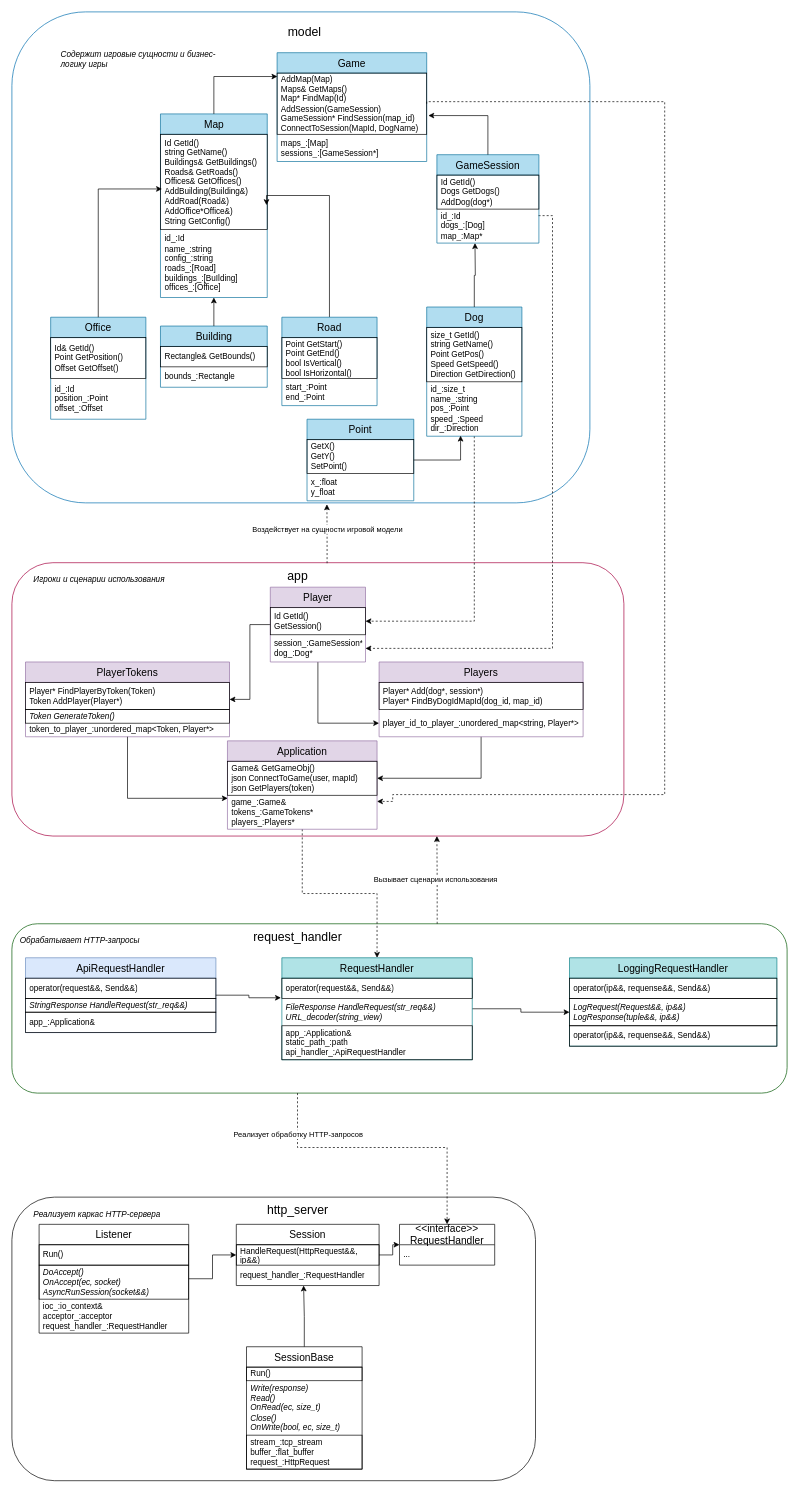
This is myGame.drawio from Lest152/useful_code, a draw.io file, before an edit. Source tidied: cells renumbered, new cells numbered last; positions are measured from the earlier drawing's top-left corner, leaving out a move shared by most shapes. Both pictures are drawn from the tidied source at 68%, with x=0, y=0 at pixel (12, 12).
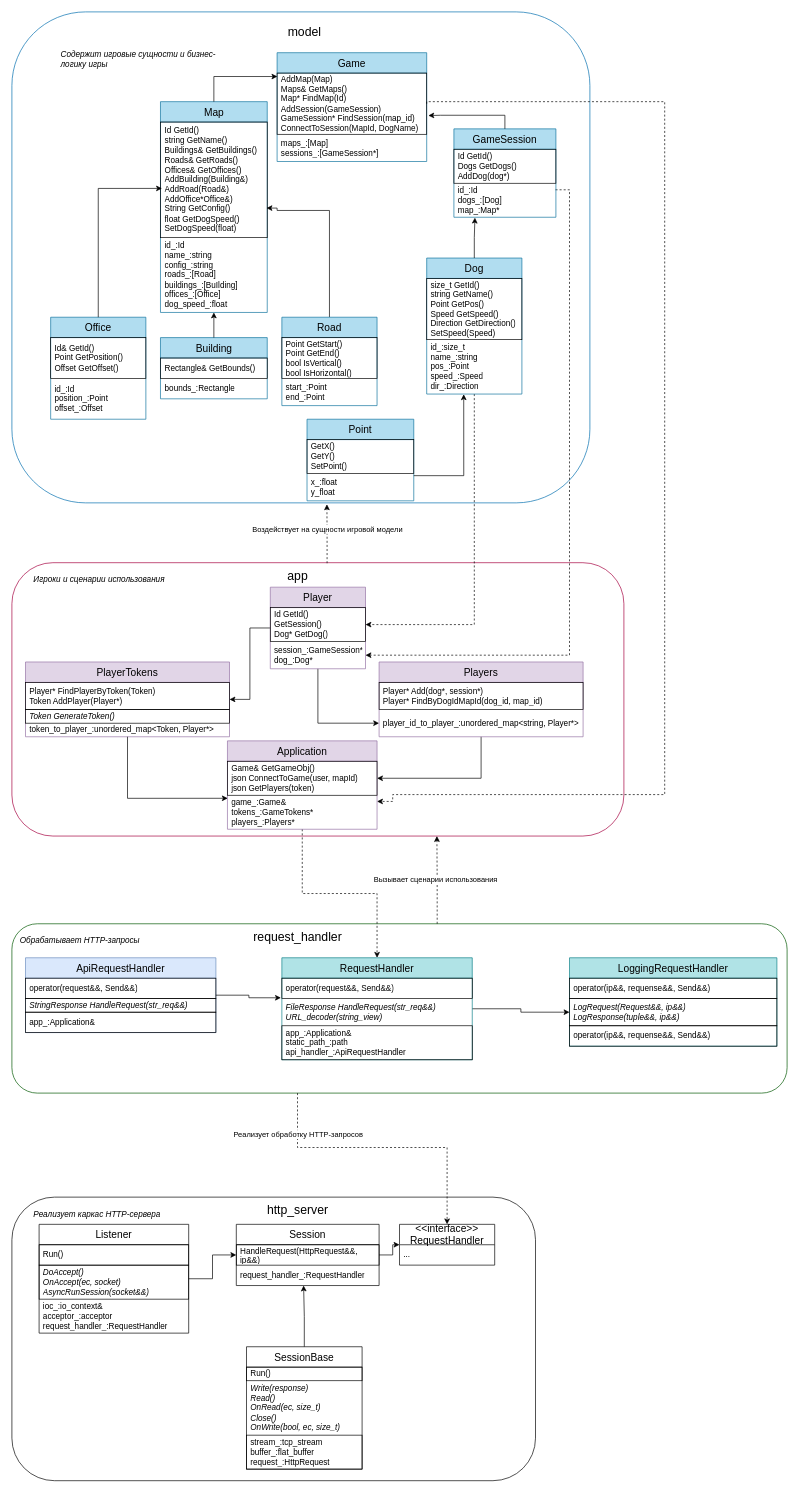
After the change.

The change refers to these unchanged cells:
```xml
<mxCell id="13" value="&lt;span&gt;id_:Id&lt;br&gt;dogs_:[Dog]&lt;br&gt;map_:Map*&lt;/span&gt;" style="text;strokeColor=none;fillColor=none;align=left;verticalAlign=middle;spacingLeft=4;spacingRight=4;overflow=hidden;points=[[0,0.5],[1,0.5]];portConstraint=eastwest;whiteSpace=wrap;html=1;fontStyle=0;" parent="11" vertex="1">
  <mxGeometry y="80" width="150" height="50" as="geometry" />
</mxCell>
<mxCell id="64" value="&lt;font style=&quot;font-size: 15px;&quot;&gt;Road&lt;/font&gt;" style="swimlane;fontStyle=0;horizontal=1;startSize=30;whiteSpace=wrap;html=1;fillColor=#b1ddf0;strokeColor=#10739e;" parent="1" vertex="1">
  <mxGeometry x="397" y="449" width="140" height="130" as="geometry" />
</mxCell>
<mxCell id="102" value="&lt;font style=&quot;font-size: 15px;&quot;&gt;Point&lt;/font&gt;" style="swimlane;fontStyle=0;horizontal=1;startSize=30;whiteSpace=wrap;html=1;fillColor=#b1ddf0;strokeColor=#10739e;" parent="1" vertex="1">
  <mxGeometry x="434" y="599" width="157" height="120" as="geometry" />
</mxCell>
```

The edit, as a diff of the source:
```diff
@@
     <mxCell id="7" value="&lt;font style=&quot;font-size: 15px;&quot;&gt;Map&lt;/font&gt;" style="swimlane;fontStyle=0;horizontal=1;startSize=30;whiteSpace=wrap;html=1;fillColor=#b1ddf0;strokeColor=#10739e;" parent="1" vertex="1">
-      <mxGeometry x="218.5" y="150" width="157" height="270" as="geometry" />
+      <mxGeometry x="218.5" y="132" width="157" height="310" as="geometry" />
     </mxCell>
-    <mxCell id="8" value="Id GetId()&lt;br&gt;string GetName()&lt;br&gt;Buildings&amp;amp; GetBuildings()&lt;br&gt;Roads&amp;amp; GetRoads()&lt;br&gt;Offices&amp;amp; GetOffices()&lt;br&gt;AddBuilding(Building&amp;amp;)&lt;br&gt;AddRoad(Road&amp;amp;)&lt;br&gt;AddOffice*Office&amp;amp;)&lt;br&gt;String GetConfig()" style="text;strokeColor=default;fillColor=none;align=left;verticalAlign=middle;spacingLeft=4;spacingRight=4;overflow=hidden;points=[[0,0.5],[1,0.5]];portConstraint=eastwest;whiteSpace=wrap;html=1;" parent="7" vertex="1">
-      <mxGeometry y="30" width="157" height="140" as="geometry" />
+    <mxCell id="8" value="Id GetId()&lt;br&gt;string GetName()&lt;br&gt;Buildings&amp;amp; GetBuildings()&lt;br&gt;Roads&amp;amp; GetRoads()&lt;br&gt;Offices&amp;amp; GetOffices()&lt;br&gt;AddBuilding(Building&amp;amp;)&lt;br&gt;AddRoad(Road&amp;amp;)&lt;br&gt;AddOffice*Office&amp;amp;)&lt;br&gt;String GetConfig()&lt;br&gt;float GetDogSpeed()&lt;br&gt;SetDogSpeed(float)" style="text;strokeColor=default;fillColor=none;align=left;verticalAlign=middle;spacingLeft=4;spacingRight=4;overflow=hidden;points=[[0,0.5],[1,0.5]];portConstraint=eastwest;whiteSpace=wrap;html=1;" parent="7" vertex="1">
+      <mxGeometry y="30" width="157" height="170" as="geometry" />
     </mxCell>
-    <mxCell id="9" value="id_:Id&lt;br&gt;name_:string&lt;br&gt;config_:string&lt;br&gt;roads_:[Road]&lt;br&gt;buildings_:[BuIlding]&lt;br&gt;offices_:[Office]" style="text;strokeColor=none;fillColor=none;align=left;verticalAlign=middle;spacingLeft=4;spacingRight=4;overflow=hidden;whiteSpace=wrap;html=1;" parent="7" vertex="1">
-      <mxGeometry y="170" width="157" height="100" as="geometry" />
+    <mxCell id="9" value="id_:Id&lt;br&gt;name_:string&lt;br&gt;config_:string&lt;br&gt;roads_:[Road]&lt;br&gt;buildings_:[BuIlding]&lt;br&gt;offices_:[Office]&lt;br&gt;dog_speed_:float" style="text;strokeColor=none;fillColor=none;align=left;verticalAlign=middle;spacingLeft=4;spacingRight=4;overflow=hidden;whiteSpace=wrap;html=1;" parent="7" vertex="1">
+      <mxGeometry y="200" width="157" height="110" as="geometry" />
     </mxCell>
@@
     <mxCell id="11" value="&lt;font style=&quot;font-size: 15px;&quot;&gt;GameSession&lt;/font&gt;" style="swimlane;fontStyle=0;horizontal=1;startSize=30;whiteSpace=wrap;html=1;fillColor=#b1ddf0;strokeColor=#10739e;" parent="1" vertex="1">
-      <mxGeometry x="625" y="210" width="150" height="130" as="geometry" />
+      <mxGeometry x="650" y="172" width="150" height="130" as="geometry" />
     </mxCell>
@@
     <mxCell id="21" value="&lt;span style=&quot;font-size: 15px;&quot;&gt;Player&lt;/span&gt;" style="swimlane;fontStyle=0;horizontal=1;startSize=30;whiteSpace=wrap;html=1;fillColor=#e1d5e7;strokeColor=#9673a6;" parent="1" vertex="1">
-      <mxGeometry x="380" y="846" width="140" height="110" as="geometry" />
+      <mxGeometry x="380" y="846" width="140" height="120" as="geometry" />
     </mxCell>
-    <mxCell id="22" value="Id GetId()&lt;br&gt;GetSession()" style="text;strokeColor=default;fillColor=none;align=left;verticalAlign=middle;spacingLeft=4;spacingRight=4;overflow=hidden;points=[[0,0.5],[1,0.5]];portConstraint=eastwest;whiteSpace=wrap;html=1;" parent="21" vertex="1">
-      <mxGeometry y="30" width="140" height="40" as="geometry" />
+    <mxCell id="22" value="Id GetId()&lt;br&gt;GetSession()&lt;br&gt;Dog* GetDog()" style="text;strokeColor=default;fillColor=none;align=left;verticalAlign=middle;spacingLeft=4;spacingRight=4;overflow=hidden;points=[[0,0.5],[1,0.5]];portConstraint=eastwest;whiteSpace=wrap;html=1;" parent="21" vertex="1">
+      <mxGeometry y="30" width="140" height="50" as="geometry" />
     </mxCell>
     <mxCell id="23" value="session_:GameSession*&lt;br&gt;dog_:Dog*" style="text;strokeColor=none;fillColor=none;align=left;verticalAlign=middle;spacingLeft=4;spacingRight=4;overflow=hidden;points=[[0,0.5],[1,0.5]];portConstraint=eastwest;whiteSpace=wrap;html=1;" parent="21" vertex="1">
-      <mxGeometry y="70" width="140" height="40" as="geometry" />
+      <mxGeometry y="80" width="140" height="40" as="geometry" />
     </mxCell>
@@
     <mxCell id="60" value="&lt;font style=&quot;font-size: 15px;&quot;&gt;Building&lt;/font&gt;" style="swimlane;fontStyle=0;horizontal=1;startSize=30;whiteSpace=wrap;html=1;fillColor=#b1ddf0;strokeColor=#10739e;" parent="1" vertex="1">
-      <mxGeometry x="218.5" y="462" width="157" height="90" as="geometry" />
+      <mxGeometry x="218.5" y="479" width="157" height="90" as="geometry" />
     </mxCell>
@@
     <mxCell id="63" style="edgeStyle=orthogonalEdgeStyle;rounded=0;jettySize=auto;html=1;entryX=0.993;entryY=0.744;entryDx=0;entryDy=0;entryPerimeter=0;" parent="1" edge="1" source="64" target="8">
       <mxGeometry relative="1" as="geometry">
         <Array as="points">
-          <mxPoint x="467" y="270" />
-          <mxPoint x="374" y="270" />
+          <mxPoint x="467" y="292" />
+          <mxPoint x="390" y="292" />
         </Array>
       </mxGeometry>
     </mxCell>
@@
     <mxCell id="70" value="&lt;font style=&quot;font-size: 15px;&quot;&gt;Dog&lt;/font&gt;" style="swimlane;fontStyle=0;horizontal=1;startSize=30;whiteSpace=wrap;html=1;fillColor=#b1ddf0;strokeColor=#10739e;" parent="1" vertex="1">
-      <mxGeometry x="610" y="434" width="140" height="190" as="geometry" />
+      <mxGeometry x="610" y="362" width="140" height="200" as="geometry" />
     </mxCell>
-    <mxCell id="71" value="size_t GetId()&lt;br&gt;string GetName()&lt;br&gt;Point GetPos()&lt;br&gt;Speed GetSpeed()&lt;br&gt;Direction GetDirection()" style="text;strokeColor=default;fillColor=none;align=left;verticalAlign=middle;spacingLeft=4;spacingRight=4;overflow=hidden;whiteSpace=wrap;html=1;" parent="70" vertex="1">
-      <mxGeometry y="30" width="140" height="80" as="geometry" />
+    <mxCell id="71" value="size_t GetId()&lt;br&gt;string GetName()&lt;br&gt;Point GetPos()&lt;br&gt;Speed GetSpeed()&lt;br&gt;Direction GetDirection()&lt;br&gt;SetSpeed(Speed)" style="text;strokeColor=default;fillColor=none;align=left;verticalAlign=middle;spacingLeft=4;spacingRight=4;overflow=hidden;whiteSpace=wrap;html=1;" parent="70" vertex="1">
+      <mxGeometry y="30" width="140" height="90" as="geometry" />
     </mxCell>
     <mxCell id="72" value="id_:size_t&lt;br&gt;name_:string&lt;br&gt;pos_:Point&lt;br&gt;speed_:Speed&lt;br&gt;dir_:Direction" style="text;strokeColor=none;fillColor=none;align=left;verticalAlign=middle;spacingLeft=4;spacingRight=4;overflow=hidden;points=[[0,0.5],[1,0.5]];portConstraint=eastwest;whiteSpace=wrap;html=1;" parent="70" vertex="1">
-      <mxGeometry y="110" width="140" height="80" as="geometry" />
+      <mxGeometry y="120" width="140" height="80" as="geometry" />
     </mxCell>
@@
-    <mxCell id="95" style="edgeStyle=orthogonalEdgeStyle;rounded=0;jettySize=auto;html=1;" parent="1" edge="1" source="70">
-      <mxGeometry relative="1" as="geometry">
-        <mxPoint x="681" y="340" as="targetPoint" />
-      </mxGeometry>
-    </mxCell>
@@
-    <mxCell id="105" style="edgeStyle=orthogonalEdgeStyle;rounded=0;jettySize=auto;html=1;entryX=0.356;entryY=0.99;entryDx=0;entryDy=0;entryPerimeter=0;" parent="1" edge="1" source="102" target="72">
-      <mxGeometry relative="1" as="geometry" />
+    <mxCell id="105" style="edgeStyle=orthogonalEdgeStyle;rounded=0;jettySize=auto;html=1;entryX=0.389;entryY=1.004;entryDx=0;entryDy=0;entryPerimeter=0;" parent="1" edge="1" source="102" target="72">
+      <mxGeometry relative="1" as="geometry">
+        <Array as="points">
+          <mxPoint x="665" y="682" />
+        </Array>
+      </mxGeometry>
     </mxCell>
+    <mxCell id="106" style="edgeStyle=orthogonalEdgeStyle;rounded=0;jettySize=auto;html=1;entryX=0.206;entryY=1.012;entryDx=0;entryDy=0;entryPerimeter=0;" parent="1" edge="1" source="70" target="13">
+      <mxGeometry relative="1" as="geometry" />
+    </mxCell>
```
